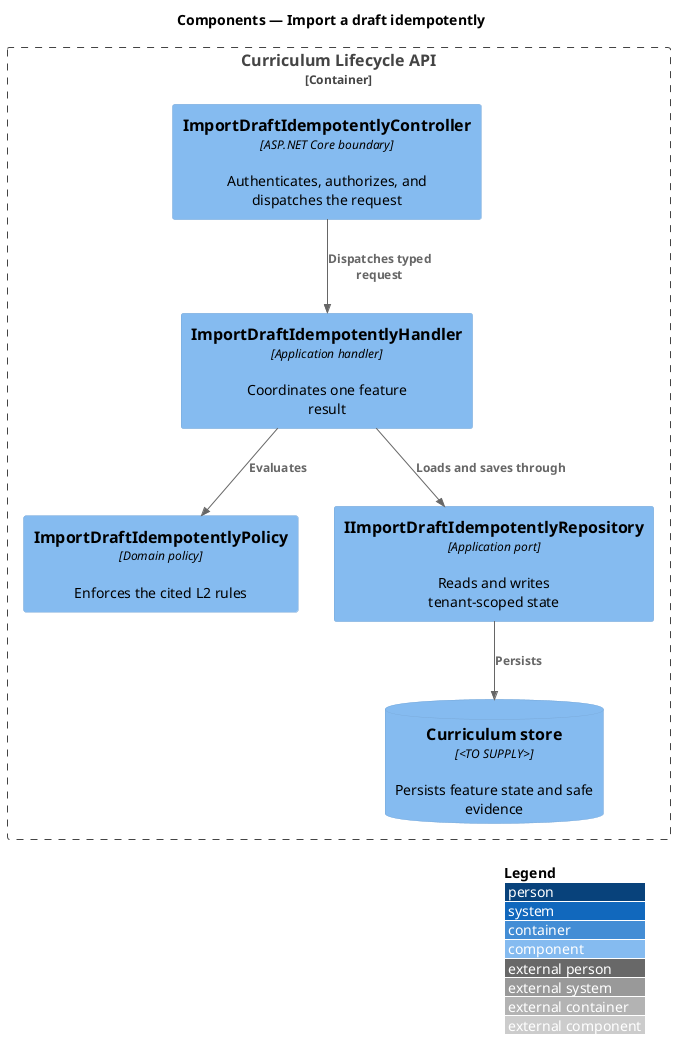
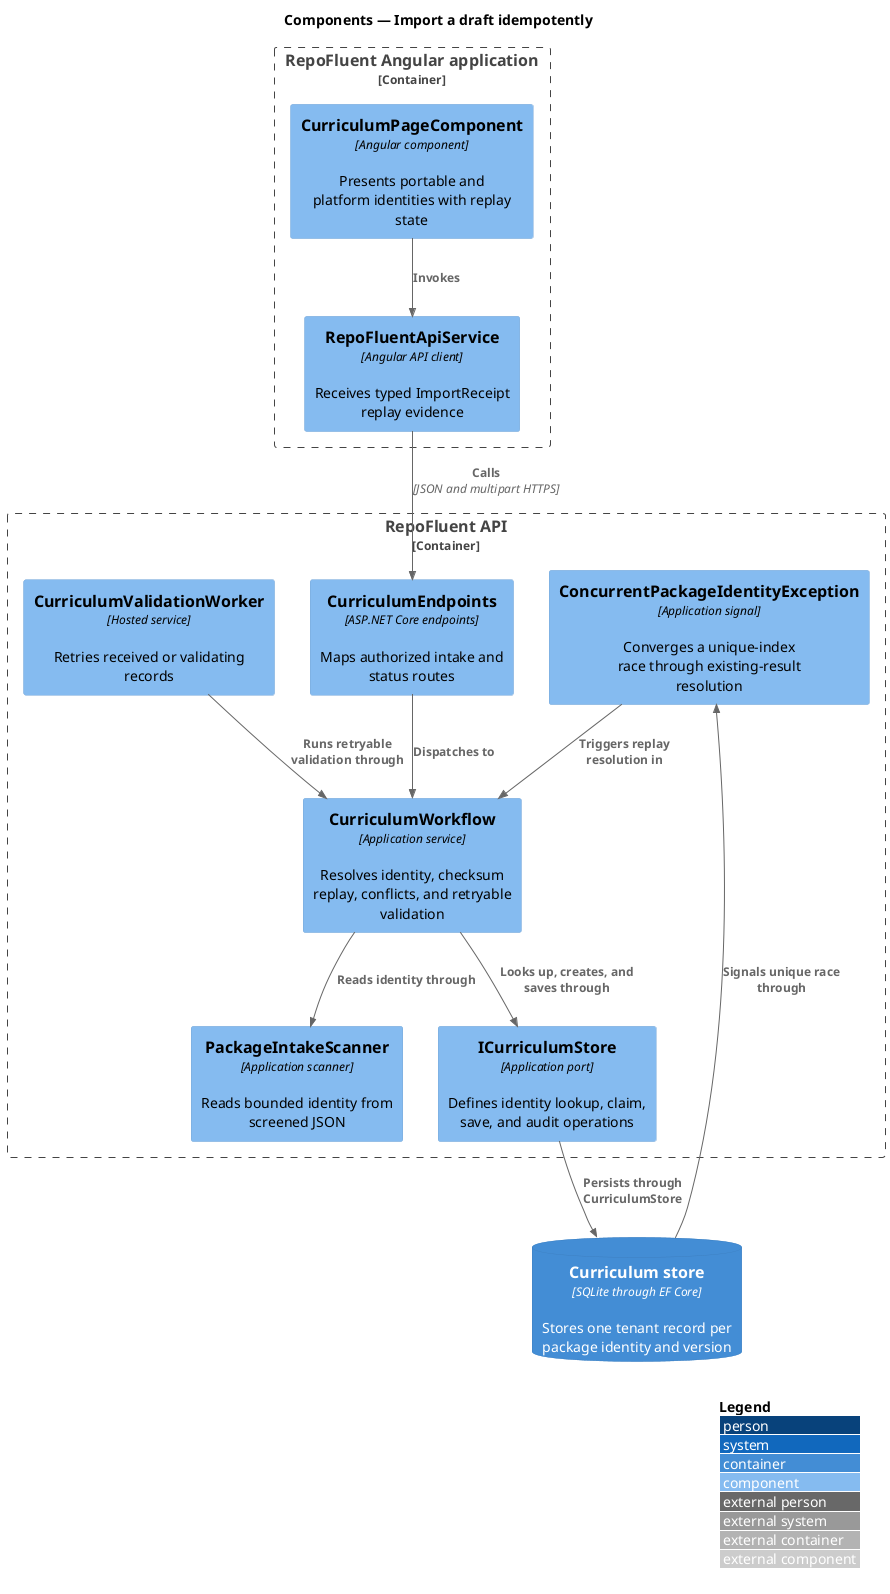
@startuml
!include <C4/C4_Component>
LAYOUT_WITH_LEGEND()
title Components — Import a draft idempotently

- Container_Boundary(api, "Curriculum Lifecycle API") {
-   Component(controller, "ImportDraftIdempotentlyController", "ASP.NET Core boundary", "Authenticates, authorizes, and dispatches the request")
-   Component(handler, "ImportDraftIdempotentlyHandler", "Application handler", "Coordinates one feature result")
-   Component(policy, "ImportDraftIdempotentlyPolicy", "Domain policy", "Enforces the cited L2 rules")
-   Component(repository, "IImportDraftIdempotentlyRepository", "Application port", "Reads and writes tenant-scoped state")
-   ComponentDb(store, "Curriculum store", "<TO SUPPLY>", "Persists feature state and safe evidence")
+ Container_Boundary(web, "RepoFluent Angular application") {
+   Component(page, "CurriculumPageComponent", "Angular component", "Presents portable and platform identities with replay state")
+   Component(client, "RepoFluentApiService", "Angular API client", "Receives typed ImportReceipt replay evidence")
}

- Rel(controller, handler, "Dispatches typed request")
- Rel(handler, policy, "Evaluates")
- Rel(handler, repository, "Loads and saves through")
- Rel(repository, store, "Persists")
+ Container_Boundary(api, "RepoFluent API") {
+   Component(endpoints, "CurriculumEndpoints", "ASP.NET Core endpoints", "Maps authorized intake and status routes")
+   Component(workflow, "CurriculumWorkflow", "Application service", "Resolves identity, checksum replay, conflicts, and retryable validation")
+   Component(scanner, "PackageIntakeScanner", "Application scanner", "Reads bounded identity from screened JSON")
+   Component(worker, "CurriculumValidationWorker", "Hosted service", "Retries received or validating records")
+   Component(port, "ICurriculumStore", "Application port", "Defines identity lookup, claim, save, and audit operations")
+   Component(concurrency, "ConcurrentPackageIdentityException", "Application signal", "Converges a unique-index race through existing-result resolution")
+ }
+ 
+ ContainerDb(store, "Curriculum store", "SQLite through EF Core", "Stores one tenant record per package identity and version")
+ 
+ Rel(page, client, "Invokes")
+ Rel(client, endpoints, "Calls", "JSON and multipart HTTPS")
+ Rel(endpoints, workflow, "Dispatches to")
+ Rel(workflow, scanner, "Reads identity through")
+ Rel(worker, workflow, "Runs retryable validation through")
+ Rel(workflow, port, "Looks up, creates, and saves through")
+ Rel(port, store, "Persists through CurriculumStore")
+ Rel(store, concurrency, "Signals unique race through")
+ Rel(concurrency, workflow, "Triggers replay resolution in")
@enduml
